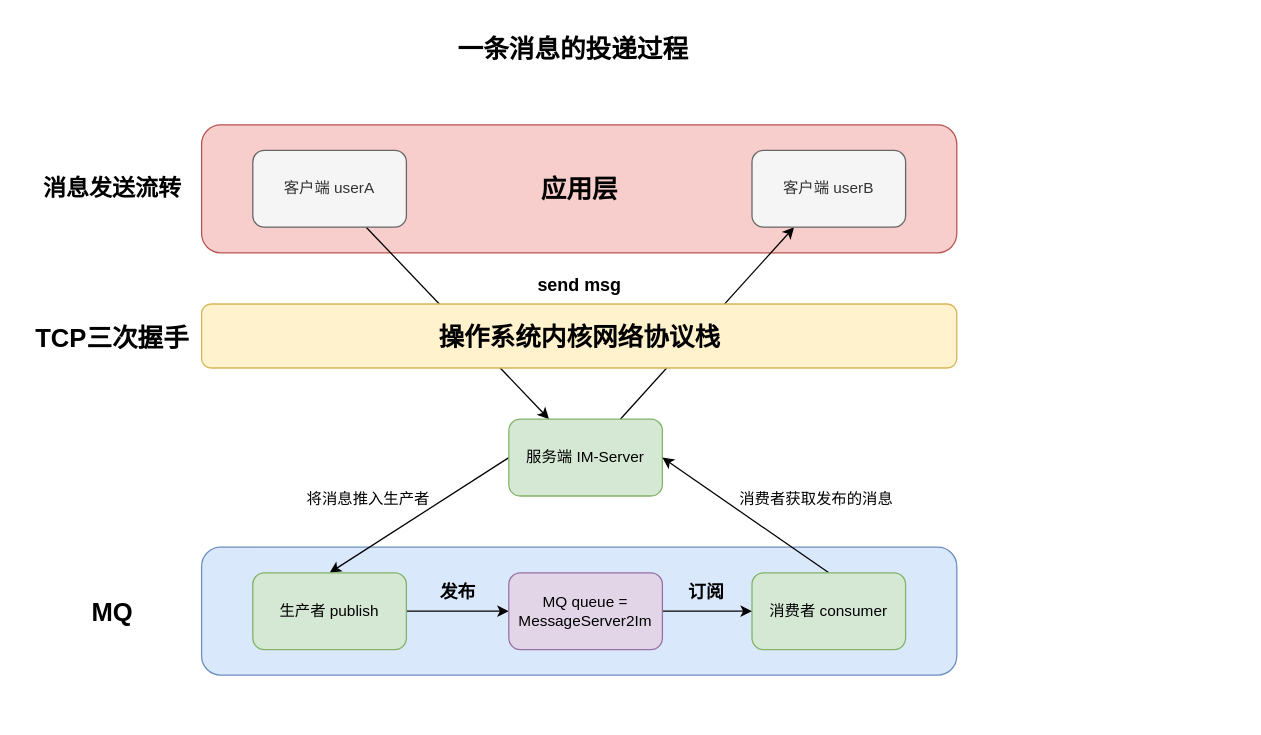
BanTanger/im-whale-shark keeps this draw.io diagram as page "一条消息的投递过程" (10 of 11) of im-system 架构设计图.drawio. Above is the earlier version. Source tidied: cells renumbered, new cells numbered last; positions are measured from the earlier drawing's top-left corner, leaving out a move shared by most shapes. Both pictures are drawn from the tidied source at 128%, with x=0, y=0 at pixel (22, 22).
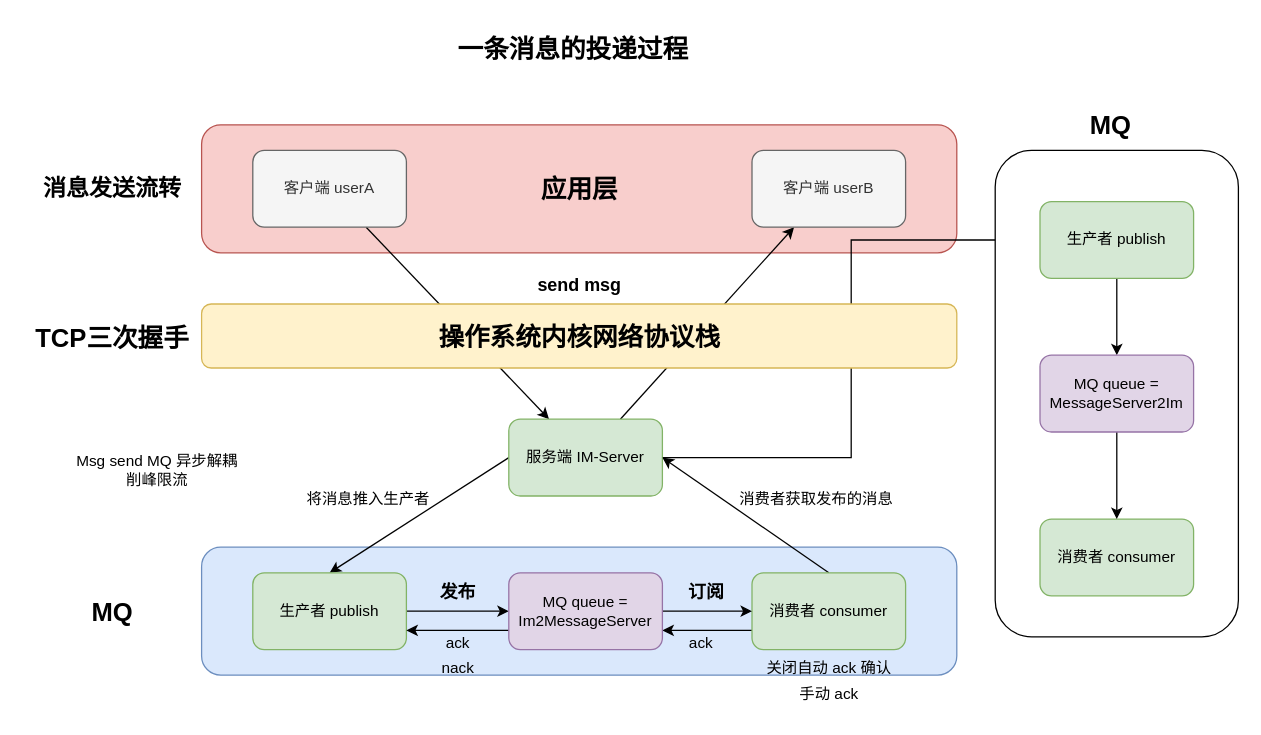
After the change.

The change refers to these unchanged cells:
```xml
<mxCell id="9" value="服务端 IM-Server" style="rounded=1;whiteSpace=wrap;html=1;fillColor=#d5e8d4;strokeColor=#82b366;" parent="1" vertex="1">
  <mxGeometry x="380" y="310" width="120" height="60" as="geometry" />
</mxCell>
<mxCell id="12" value="生产者 publish" style="rounded=1;whiteSpace=wrap;html=1;fillColor=#d5e8d4;strokeColor=#82b366;" parent="1" vertex="1">
  <mxGeometry x="180" y="430" width="120" height="60" as="geometry" />
</mxCell>
<mxCell id="14" value="消费者 consumer" style="rounded=1;whiteSpace=wrap;html=1;fillColor=#d5e8d4;strokeColor=#82b366;" parent="1" vertex="1">
  <mxGeometry x="570" y="430" width="120" height="60" as="geometry" />
</mxCell>
```

What changed in the source:
```diff
@@
+    <mxCell id="28" style="edgeStyle=orthogonalEdgeStyle;rounded=0;jettySize=auto;html=1;entryX=0;entryY=0.5;entryDx=0;entryDy=0;" parent="1" edge="1" source="9" target="40">
+      <mxGeometry relative="1" as="geometry" />
+    </mxCell>
@@
+    <mxCell id="29" style="edgeStyle=orthogonalEdgeStyle;rounded=0;jettySize=auto;html=1;exitX=0;exitY=0.75;exitDx=0;exitDy=0;entryX=1;entryY=0.75;entryDx=0;entryDy=0;" parent="1" edge="1" source="14" target="16">
+      <mxGeometry relative="1" as="geometry" />
+    </mxCell>
@@
+    <mxCell id="30" style="edgeStyle=orthogonalEdgeStyle;rounded=0;jettySize=auto;html=1;exitX=0;exitY=0.75;exitDx=0;exitDy=0;entryX=1;entryY=0.75;entryDx=0;entryDy=0;" parent="1" edge="1" source="16" target="12">
+      <mxGeometry relative="1" as="geometry" />
+    </mxCell>
-    <mxCell id="16" value="MQ queue = MessageServer2Im" style="rounded=1;whiteSpace=wrap;html=1;fillColor=#e1d5e7;strokeColor=#9673a6;" parent="1" vertex="1">
+    <mxCell id="16" value="MQ queue = &lt;br&gt;Im2MessageServer" style="rounded=1;whiteSpace=wrap;html=1;fillColor=#e1d5e7;strokeColor=#9673a6;" parent="1" vertex="1">
       <mxGeometry x="380" y="430" width="120" height="60" as="geometry" />
     </mxCell>
@@
+    <mxCell id="31" value="Msg send MQ 异步解耦&lt;br&gt;削峰限流" style="text;html=1;align=center;verticalAlign=middle;strokeColor=none;fillColor=none;" parent="1" vertex="1">
+      <mxGeometry x="30" y="330" width="150" height="40" as="geometry" />
+    </mxCell>
+    <mxCell id="32" value="ack" style="text;html=1;align=center;verticalAlign=middle;strokeColor=none;fillColor=none;" parent="1" vertex="1">
+      <mxGeometry x="510" y="470" width="40" height="30" as="geometry" />
+    </mxCell>
+    <mxCell id="33" value="ack" style="text;html=1;align=center;verticalAlign=middle;strokeColor=none;fillColor=none;" parent="1" vertex="1">
+      <mxGeometry x="320" y="470" width="40" height="30" as="geometry" />
+    </mxCell>
+    <mxCell id="34" value="nack" style="text;html=1;align=center;verticalAlign=middle;strokeColor=none;fillColor=none;" parent="1" vertex="1">
+      <mxGeometry x="315" y="490" width="50" height="30" as="geometry" />
+    </mxCell>
+    <mxCell id="35" value="关闭自动 ack 确认" style="text;html=1;align=center;verticalAlign=middle;strokeColor=none;fillColor=none;" parent="1" vertex="1">
+      <mxGeometry x="570" y="490" width="120" height="30" as="geometry" />
+    </mxCell>
+    <mxCell id="36" value="手动 ack" style="text;html=1;align=center;verticalAlign=middle;strokeColor=none;fillColor=none;" parent="1" vertex="1">
+      <mxGeometry x="595" y="510" width="70" height="30" as="geometry" />
+    </mxCell>
+    <mxCell id="37" style="rounded=1;whiteSpace=wrap;html=1;" parent="1" vertex="1">
+      <mxGeometry x="760" y="100" width="190" height="380" as="geometry" />
+    </mxCell>
+    <mxCell id="38" value="&lt;b&gt;&lt;font style=&quot;font-size: 20px;&quot;&gt;MQ&lt;/font&gt;&lt;/b&gt;" style="text;html=1;align=center;verticalAlign=middle;strokeColor=none;fillColor=none;" parent="1" vertex="1">
+      <mxGeometry x="820" y="60" width="60" height="40" as="geometry" />
+    </mxCell>
+    <mxCell id="39" style="edgeStyle=orthogonalEdgeStyle;rounded=0;jettySize=auto;html=1;" parent="1" edge="1" source="40" target="43">
+      <mxGeometry relative="1" as="geometry" />
+    </mxCell>
+    <mxCell id="40" value="生产者 publish" style="rounded=1;whiteSpace=wrap;html=1;fillColor=#d5e8d4;strokeColor=#82b366;" parent="1" vertex="1">
+      <mxGeometry x="795" y="140" width="120" height="60" as="geometry" />
+    </mxCell>
+    <mxCell id="41" value="消费者 consumer" style="rounded=1;whiteSpace=wrap;html=1;fillColor=#d5e8d4;strokeColor=#82b366;" parent="1" vertex="1">
+      <mxGeometry x="795" y="388" width="120" height="60" as="geometry" />
+    </mxCell>
+    <mxCell id="42" style="edgeStyle=orthogonalEdgeStyle;rounded=0;jettySize=auto;html=1;" parent="1" edge="1" source="43" target="41">
+      <mxGeometry relative="1" as="geometry" />
+    </mxCell>
+    <mxCell id="43" value="MQ queue = &lt;br&gt;MessageServer2Im" style="rounded=1;whiteSpace=wrap;html=1;fillColor=#e1d5e7;strokeColor=#9673a6;" parent="1" vertex="1">
+      <mxGeometry x="795" y="260" width="120" height="60" as="geometry" />
+    </mxCell>
```
